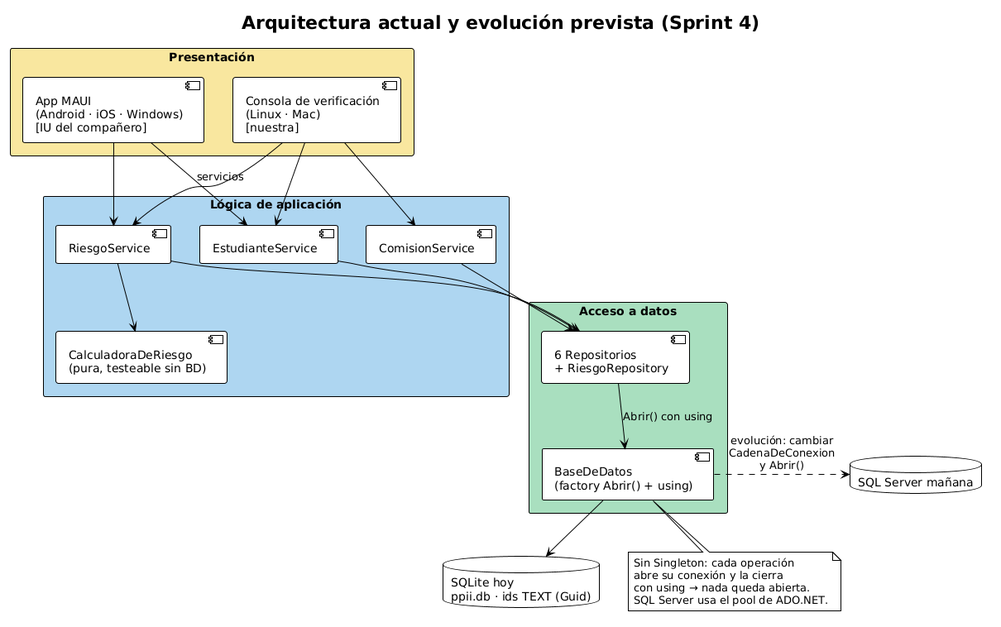
villegason007-bot/GRUPO-3 keeps this PlantUML diagram as docs/diagrams/arquitectura.png. Above is the earlier version.
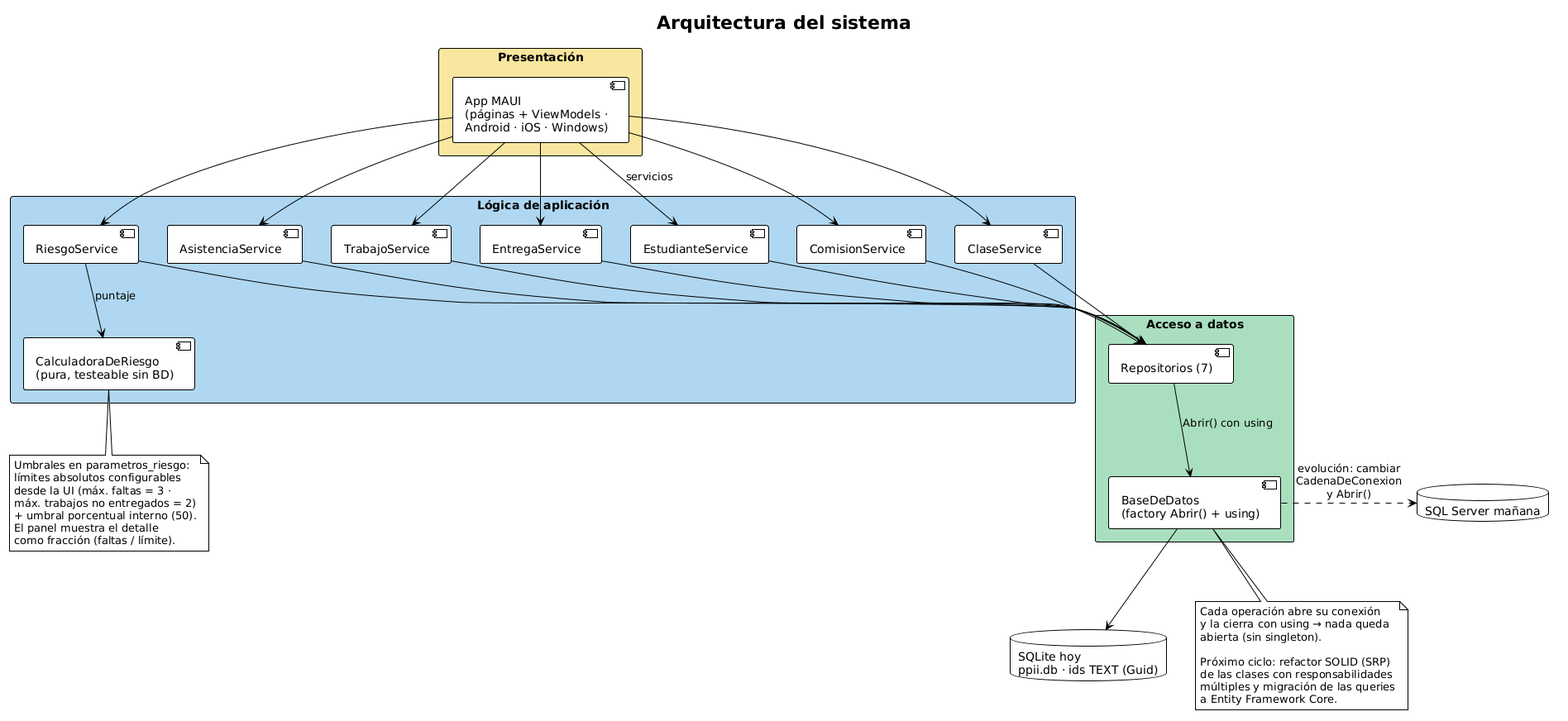
Later version of the same file.

Commit message:
Docs: modelo de arquitectura actualizado (solo UI de produccion, umbrales por limites, evolucion EF/SOLID)

Diff of the diagram source:
```diff
@@ -1,22 +1,25 @@
 @startuml
 !theme plain
 
-title Arquitectura actual y evolución prevista (Sprint 4)
+title Arquitectura del sistema
 
 rectangle "Presentación" as capa1 #F9E79F {
-  component "App MAUI\n(Android · iOS · Windows)\n[IU del compañero]" as UI
-  component "Consola de verificación\n(Linux · Mac)\n[nuestra]" as CONSOLA
+  component "App MAUI\n(páginas + ViewModels ·\nAndroid · iOS · Windows)" as UI
 }
 
 rectangle "Lógica de aplicación" as capa2 #AED6F1 {
-  component "EstudianteService" as ES
-  component "ComisionService" as CS
-  component "RiesgoService" as RS
+  component EstudianteService as ES
+  component ComisionService as CS
+  component ClaseService as CLS
+  component AsistenciaService as AS
+  component TrabajoService as TS
+  component EntregaService as EN
+  component RiesgoService as RS
   component "CalculadoraDeRiesgo\n(pura, testeable sin BD)" as CALC
 }
 
 rectangle "Acceso a datos" as capa3 #A9DFBF {
-  component "6 Repositorios\n+ RiesgoRepository" as REPO
+  component "Repositorios (7)" as REPO
   component "BaseDeDatos\n(factory Abrir() + using)" as CONFIG
 }
 
@@ -24,25 +27,46 @@
 database "SQL Server mañana" as MSSQL
 
 UI --> ES : servicios
+UI --> CS
+UI --> CLS
+UI --> AS
+UI --> TS
+UI --> EN
 UI --> RS
-CONSOLA --> ES
-CONSOLA --> CS
-CONSOLA --> RS
 
 ES --> REPO
 CS --> REPO
+CLS --> REPO
+AS --> REPO
+TS --> REPO
+EN --> REPO
 RS --> REPO
-RS --> CALC
+RS --> CALC : puntaje
+
 REPO --> CONFIG : Abrir() con using
 CONFIG --> SQLITE
 
 CONFIG .> MSSQL : "evolución: cambiar\nCadenaDeConexion\ny Abrir()"
 
+note bottom of CALC
+  Umbrales en parametros_riesgo:
+  límites absolutos configurables
+  desde la UI (máx. faltas = 3 ·
+  máx. trabajos no entregados = 2)
+  + umbral porcentual interno (50).
+  El panel muestra el detalle
+  como fracción (faltas / límite).
+end note
+
 note bottom of CONFIG
-  Sin Singleton: cada operación
-  abre su conexión y la cierra
-  con using → nada queda abierta.
-  SQL Server usa el pool de ADO.NET.
+  Cada operación abre su conexión
+  y la cierra con using → nada queda
+  abierta (sin singleton).
+
+  Próximo ciclo: refactor SOLID (SRP)
+  de las clases con responsabilidades
+  múltiples y migración de las queries
+  a Entity Framework Core.
 end note
 
 @enduml
```
